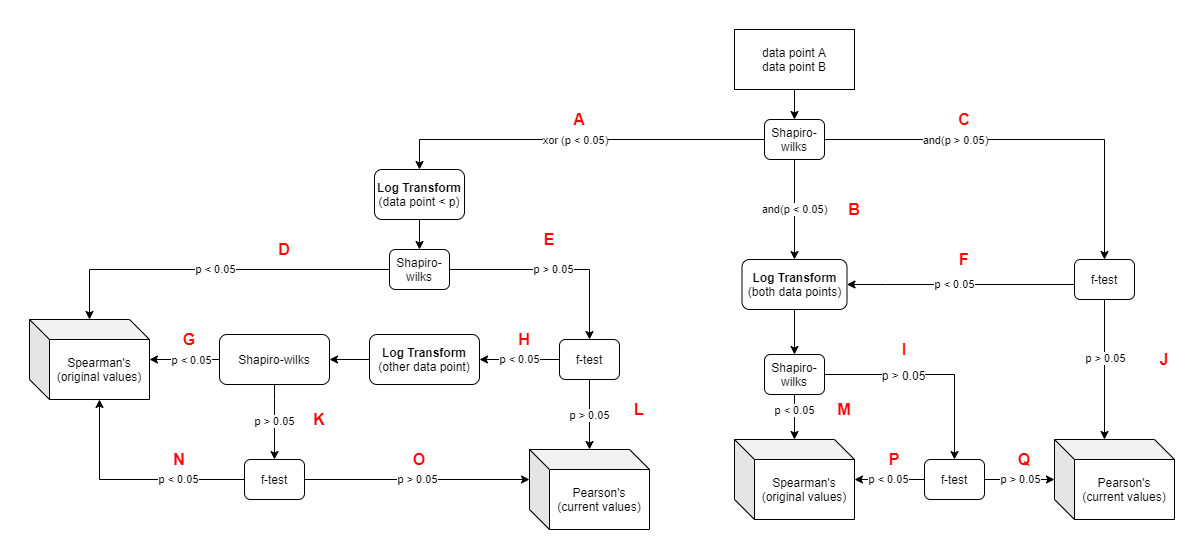
This is Test_Flow.png from JerrinWiley/Spearmans_Pearsons_Decider, a draw.io export, as it was before one commit. Source tidied: cells renumbered, new cells last; positions are measured from the earlier drawing's top-left corner, leaving out a move shared by most shapes. The source it was exported from:
```xml
<mxGraphModel>
  <root>
    <mxCell id="0" />
    <mxCell id="1" parent="0" />
    <mxCell id="2" style="edgeStyle=orthogonalEdgeStyle;rounded=0;jettySize=auto;html=1;entryX=0.5;entryY=0;entryDx=0;entryDy=0;" parent="1" edge="1" source="3" target="9">
      <mxGeometry relative="1" as="geometry" />
    </mxCell>
    <mxCell id="3" value="data point A&lt;br&gt;data point B" style="rounded=0;whiteSpace=wrap;html=1;" parent="1" vertex="1">
      <mxGeometry x="705" width="120" height="60" as="geometry" />
    </mxCell>
    <mxCell id="4" value="and(p &amp;lt; 0.05)" style="edgeStyle=orthogonalEdgeStyle;rounded=0;jettySize=auto;html=1;entryX=0.5;entryY=0;entryDx=0;entryDy=0;" parent="1" edge="1" source="9" target="28">
      <mxGeometry relative="1" as="geometry" />
    </mxCell>
    <mxCell id="5" style="edgeStyle=orthogonalEdgeStyle;rounded=0;jettySize=auto;html=1;entryX=0.5;entryY=0;entryDx=0;entryDy=0;" parent="1" edge="1" source="9" target="32">
      <mxGeometry relative="1" as="geometry" />
    </mxCell>
    <mxCell id="6" value="and(p &amp;gt; 0.05)" style="edgeLabel;html=1;align=center;verticalAlign=middle;" parent="5" vertex="1">
      <mxGeometry x="-0.55" y="2" relative="1" as="geometry">
        <mxPoint x="40" y="2" as="offset" />
      </mxGeometry>
    </mxCell>
    <mxCell id="7" style="edgeStyle=orthogonalEdgeStyle;rounded=0;jettySize=auto;html=1;" parent="1" edge="1" source="9" target="14">
      <mxGeometry relative="1" as="geometry" />
    </mxCell>
    <mxCell id="8" value="xor (p &amp;lt; 0.05)" style="edgeLabel;html=1;align=center;verticalAlign=middle;" parent="7" vertex="1">
      <mxGeometry x="0.01" relative="1" as="geometry" />
    </mxCell>
    <mxCell id="9" value="Shapiro-wilks" style="rounded=1;whiteSpace=wrap;html=1;" parent="1" vertex="1">
      <mxGeometry x="735" y="90" width="60" height="40" as="geometry" />
    </mxCell>
    <mxCell id="10" value="p &amp;lt; 0.05" style="edgeStyle=orthogonalEdgeStyle;rounded=0;jettySize=auto;html=1;" parent="1" edge="1" source="12" target="15">
      <mxGeometry relative="1" as="geometry" />
    </mxCell>
    <mxCell id="11" value="p &amp;gt; 0.05" style="edgeStyle=orthogonalEdgeStyle;rounded=0;jettySize=auto;html=1;" parent="1" edge="1" source="12" target="18">
      <mxGeometry relative="1" as="geometry" />
    </mxCell>
    <mxCell id="12" value="Shapiro-wilks" style="rounded=1;whiteSpace=wrap;html=1;" parent="1" vertex="1">
      <mxGeometry x="360" y="220" width="60" height="40" as="geometry" />
    </mxCell>
    <mxCell id="13" style="edgeStyle=orthogonalEdgeStyle;rounded=0;jettySize=auto;html=1;" parent="1" edge="1" source="14" target="12">
      <mxGeometry relative="1" as="geometry" />
    </mxCell>
    <mxCell id="14" value="&lt;b&gt;Log Transform&lt;br&gt;&lt;/b&gt;(data point &amp;lt; p)" style="rounded=1;whiteSpace=wrap;html=1;" parent="1" vertex="1">
      <mxGeometry x="345" y="140" width="90" height="50" as="geometry" />
    </mxCell>
    <mxCell id="15" value="Spearman's&lt;br&gt;(original values)" style="shape=cube;whiteSpace=wrap;html=1;boundedLbl=1;backgroundOutline=1;darkOpacity=0.05;darkOpacity2=0.1;" parent="1" vertex="1">
      <mxGeometry y="290" width="120" height="80" as="geometry" />
    </mxCell>
    <mxCell id="16" value="p &amp;gt; 0.05" style="edgeStyle=orthogonalEdgeStyle;rounded=0;jettySize=auto;html=1;" parent="1" edge="1" source="18" target="19">
      <mxGeometry relative="1" as="geometry" />
    </mxCell>
    <mxCell id="17" value="p &amp;lt; 0.05" style="edgeStyle=orthogonalEdgeStyle;rounded=0;jettySize=auto;html=1;entryX=1;entryY=0.5;entryDx=0;entryDy=0;" parent="1" edge="1" source="18" target="61">
      <mxGeometry relative="1" as="geometry" />
    </mxCell>
    <mxCell id="18" value="f-test" style="rounded=1;whiteSpace=wrap;html=1;" parent="1" vertex="1">
      <mxGeometry x="530" y="310" width="60" height="40" as="geometry" />
    </mxCell>
    <mxCell id="19" value="Pearson's&lt;br&gt;(current values)" style="shape=cube;whiteSpace=wrap;html=1;boundedLbl=1;backgroundOutline=1;darkOpacity=0.05;darkOpacity2=0.1;" parent="1" vertex="1">
      <mxGeometry x="500" y="420" width="120" height="80" as="geometry" />
    </mxCell>
    <mxCell id="20" value="p &amp;gt; 0.05" style="edgeStyle=orthogonalEdgeStyle;rounded=0;jettySize=auto;html=1;" parent="1" edge="1" source="23" target="26">
      <mxGeometry relative="1" as="geometry">
        <Array as="points">
          <mxPoint x="245" y="370" />
          <mxPoint x="245" y="370" />
        </Array>
      </mxGeometry>
    </mxCell>
    <mxCell id="21" style="edgeStyle=orthogonalEdgeStyle;rounded=0;jettySize=auto;html=1;" parent="1" edge="1" source="23" target="15">
      <mxGeometry relative="1" as="geometry" />
    </mxCell>
    <mxCell id="22" value="p &amp;lt; 0.05" style="edgeLabel;html=1;align=center;verticalAlign=middle;" parent="21" vertex="1">
      <mxGeometry x="-0.17" relative="1" as="geometry" />
    </mxCell>
    <mxCell id="23" value="Shapiro-wilks" style="rounded=1;whiteSpace=wrap;html=1;" parent="1" vertex="1">
      <mxGeometry x="190" y="305" width="110" height="50" as="geometry" />
    </mxCell>
    <mxCell id="24" value="p &amp;gt; 0.05" style="edgeStyle=orthogonalEdgeStyle;rounded=0;jettySize=auto;html=1;entryX=0;entryY=0;entryDx=0;entryDy=30;entryPerimeter=0;" parent="1" edge="1" source="26" target="19">
      <mxGeometry relative="1" as="geometry" />
    </mxCell>
    <mxCell id="25" value="p &amp;lt; 0.05" style="edgeStyle=orthogonalEdgeStyle;rounded=0;jettySize=auto;html=1;entryX=0;entryY=0;entryDx=70;entryDy=80;entryPerimeter=0;" parent="1" edge="1" source="26" target="15">
      <mxGeometry x="-0.42" relative="1" as="geometry" />
    </mxCell>
    <mxCell id="26" value="f-test" style="rounded=1;whiteSpace=wrap;html=1;" parent="1" vertex="1">
      <mxGeometry x="215" y="430" width="60" height="40" as="geometry" />
    </mxCell>
    <mxCell id="27" style="edgeStyle=orthogonalEdgeStyle;rounded=0;jettySize=auto;html=1;exitX=0.5;exitY=1;exitDx=0;exitDy=0;entryX=0.5;entryY=0;entryDx=0;entryDy=0;" parent="1" edge="1" source="28" target="38">
      <mxGeometry relative="1" as="geometry" />
    </mxCell>
    <mxCell id="28" value="&lt;b&gt;Log Transform&lt;br&gt;&lt;/b&gt;(both data points)" style="rounded=1;whiteSpace=wrap;html=1;" parent="1" vertex="1">
      <mxGeometry x="712.5" y="230" width="105" height="50" as="geometry" />
    </mxCell>
    <mxCell id="29" value="p &amp;lt; 0.05" style="edgeStyle=orthogonalEdgeStyle;rounded=0;jettySize=auto;html=1;entryX=1;entryY=0.5;entryDx=0;entryDy=0;" parent="1" edge="1" source="32" target="28">
      <mxGeometry x="0.05" relative="1" as="geometry">
        <Array as="points">
          <mxPoint x="856" y="255" />
          <mxPoint x="856" y="255" />
        </Array>
      </mxGeometry>
    </mxCell>
    <mxCell id="30" style="edgeStyle=orthogonalEdgeStyle;rounded=0;jettySize=auto;html=1;entryX=0;entryY=0;entryDx=50;entryDy=0;entryPerimeter=0;" parent="1" edge="1" source="32" target="33">
      <mxGeometry relative="1" as="geometry" />
    </mxCell>
    <mxCell id="31" value="p &amp;gt; 0.05" style="edgeLabel;html=1;align=center;verticalAlign=middle;" parent="30" vertex="1">
      <mxGeometry x="-0.17" y="5" relative="1" as="geometry">
        <mxPoint x="-5" as="offset" />
      </mxGeometry>
    </mxCell>
    <mxCell id="32" value="f-test" style="rounded=1;whiteSpace=wrap;html=1;" parent="1" vertex="1">
      <mxGeometry x="1045" y="230" width="60" height="40" as="geometry" />
    </mxCell>
    <mxCell id="33" value="Pearson's&lt;br&gt;(current values)" style="shape=cube;whiteSpace=wrap;html=1;boundedLbl=1;backgroundOutline=1;darkOpacity=0.05;darkOpacity2=0.1;" parent="1" vertex="1">
      <mxGeometry x="1025" y="410" width="120" height="80" as="geometry" />
    </mxCell>
    <mxCell id="34" style="edgeStyle=orthogonalEdgeStyle;rounded=0;jettySize=auto;html=1;" parent="1" edge="1" source="38" target="39">
      <mxGeometry relative="1" as="geometry" />
    </mxCell>
    <mxCell id="35" value="p &amp;lt; 0.05" style="edgeLabel;html=1;align=center;verticalAlign=middle;" parent="34" vertex="1">
      <mxGeometry x="-0.28" y="-1" relative="1" as="geometry" />
    </mxCell>
    <mxCell id="36" style="edgeStyle=orthogonalEdgeStyle;rounded=0;jettySize=auto;html=1;exitX=1;exitY=0.5;exitDx=0;exitDy=0;fontSize=16;fontColor=#FF0000;" parent="1" edge="1" source="38" target="42">
      <mxGeometry relative="1" as="geometry" />
    </mxCell>
    <mxCell id="37" value="&lt;font style=&quot;font-size: 12px&quot; color=&quot;#000000&quot;&gt;p &amp;gt; 0.05&lt;/font&gt;" style="edgeLabel;html=1;align=center;verticalAlign=middle;fontSize=16;fontColor=#FF0000;" parent="36" vertex="1">
      <mxGeometry x="-0.27" y="1" relative="1" as="geometry" />
    </mxCell>
    <mxCell id="38" value="Shapiro-wilks" style="rounded=1;whiteSpace=wrap;html=1;" parent="1" vertex="1">
      <mxGeometry x="735" y="325" width="60" height="40" as="geometry" />
    </mxCell>
    <mxCell id="39" value="Spearman's&lt;br&gt;(original values)" style="shape=cube;whiteSpace=wrap;html=1;boundedLbl=1;backgroundOutline=1;darkOpacity=0.05;darkOpacity2=0.1;" parent="1" vertex="1">
      <mxGeometry x="705" y="410" width="120" height="80" as="geometry" />
    </mxCell>
    <mxCell id="40" value="p &amp;lt; 0.05" style="edgeStyle=orthogonalEdgeStyle;rounded=0;jettySize=auto;html=1;" parent="1" edge="1" source="42" target="39">
      <mxGeometry relative="1" as="geometry" />
    </mxCell>
    <mxCell id="41" value="p &amp;gt; 0.05" style="edgeStyle=orthogonalEdgeStyle;rounded=0;jettySize=auto;html=1;" parent="1" edge="1" source="42" target="33">
      <mxGeometry relative="1" as="geometry">
        <Array as="points">
          <mxPoint x="985" y="450" />
          <mxPoint x="985" y="450" />
        </Array>
      </mxGeometry>
    </mxCell>
    <mxCell id="42" value="f-test" style="rounded=1;whiteSpace=wrap;html=1;" parent="1" vertex="1">
      <mxGeometry x="895" y="430" width="60" height="40" as="geometry" />
    </mxCell>
    <mxCell id="43" value="A" style="text;html=1;strokeColor=none;fillColor=none;align=center;verticalAlign=middle;whiteSpace=wrap;rounded=0;fontStyle=1;fontColor=#FF0000;fontSize=16;" parent="1" vertex="1">
      <mxGeometry x="530" y="80" width="40" height="20" as="geometry" />
    </mxCell>
    <mxCell id="44" value="B" style="text;html=1;strokeColor=none;fillColor=none;align=center;verticalAlign=middle;whiteSpace=wrap;rounded=0;fontStyle=1;fontColor=#FF0000;fontSize=16;" parent="1" vertex="1">
      <mxGeometry x="805" y="170" width="40" height="20" as="geometry" />
    </mxCell>
    <mxCell id="45" value="C" style="text;html=1;strokeColor=none;fillColor=none;align=center;verticalAlign=middle;whiteSpace=wrap;rounded=0;fontStyle=1;fontColor=#FF0000;fontSize=16;" parent="1" vertex="1">
      <mxGeometry x="915" y="80" width="40" height="20" as="geometry" />
    </mxCell>
    <mxCell id="46" value="D" style="text;html=1;strokeColor=none;fillColor=none;align=center;verticalAlign=middle;whiteSpace=wrap;rounded=0;fontStyle=1;fontColor=#FF0000;fontSize=16;" parent="1" vertex="1">
      <mxGeometry x="235" y="210" width="40" height="20" as="geometry" />
    </mxCell>
    <mxCell id="47" value="E" style="text;html=1;strokeColor=none;fillColor=none;align=center;verticalAlign=middle;whiteSpace=wrap;rounded=0;fontStyle=1;fontColor=#FF0000;fontSize=16;" parent="1" vertex="1">
      <mxGeometry x="500" y="200" width="40" height="20" as="geometry" />
    </mxCell>
    <mxCell id="48" value="F" style="text;html=1;strokeColor=none;fillColor=none;align=center;verticalAlign=middle;whiteSpace=wrap;rounded=0;fontStyle=1;fontColor=#FF0000;fontSize=16;" parent="1" vertex="1">
      <mxGeometry x="915" y="220" width="40" height="20" as="geometry" />
    </mxCell>
    <mxCell id="49" value="G" style="text;html=1;strokeColor=none;fillColor=none;align=center;verticalAlign=middle;whiteSpace=wrap;rounded=0;fontStyle=1;fontColor=#FF0000;fontSize=16;" parent="1" vertex="1">
      <mxGeometry x="140" y="300" width="40" height="20" as="geometry" />
    </mxCell>
    <mxCell id="50" value="H" style="text;html=1;strokeColor=none;fillColor=none;align=center;verticalAlign=middle;whiteSpace=wrap;rounded=0;fontStyle=1;fontColor=#FF0000;fontSize=16;" parent="1" vertex="1">
      <mxGeometry x="475" y="300" width="40" height="20" as="geometry" />
    </mxCell>
    <mxCell id="51" value="I" style="text;html=1;strokeColor=none;fillColor=none;align=center;verticalAlign=middle;whiteSpace=wrap;rounded=0;fontStyle=1;fontColor=#FF0000;fontSize=16;" parent="1" vertex="1">
      <mxGeometry x="855" y="310" width="40" height="20" as="geometry" />
    </mxCell>
    <mxCell id="52" value="J" style="text;html=1;strokeColor=none;fillColor=none;align=center;verticalAlign=middle;whiteSpace=wrap;rounded=0;fontStyle=1;fontColor=#FF0000;fontSize=16;" parent="1" vertex="1">
      <mxGeometry x="1115" y="320" width="40" height="20" as="geometry" />
    </mxCell>
    <mxCell id="53" value="K" style="text;html=1;strokeColor=none;fillColor=none;align=center;verticalAlign=middle;whiteSpace=wrap;rounded=0;fontStyle=1;fontColor=#FF0000;fontSize=16;" parent="1" vertex="1">
      <mxGeometry x="270" y="380" width="40" height="20" as="geometry" />
    </mxCell>
    <mxCell id="54" value="L" style="text;html=1;strokeColor=none;fillColor=none;align=center;verticalAlign=middle;whiteSpace=wrap;rounded=0;fontStyle=1;fontColor=#FF0000;fontSize=16;" parent="1" vertex="1">
      <mxGeometry x="590" y="370" width="40" height="20" as="geometry" />
    </mxCell>
    <mxCell id="55" value="M" style="text;html=1;strokeColor=none;fillColor=none;align=center;verticalAlign=middle;whiteSpace=wrap;rounded=0;fontStyle=1;fontColor=#FF0000;fontSize=16;" parent="1" vertex="1">
      <mxGeometry x="795" y="370" width="40" height="20" as="geometry" />
    </mxCell>
    <mxCell id="56" value="N" style="text;html=1;strokeColor=none;fillColor=none;align=center;verticalAlign=middle;whiteSpace=wrap;rounded=0;fontStyle=1;fontColor=#FF0000;fontSize=16;" parent="1" vertex="1">
      <mxGeometry x="130" y="420" width="40" height="20" as="geometry" />
    </mxCell>
    <mxCell id="57" value="O" style="text;html=1;strokeColor=none;fillColor=none;align=center;verticalAlign=middle;whiteSpace=wrap;rounded=0;fontStyle=1;fontColor=#FF0000;fontSize=16;" parent="1" vertex="1">
      <mxGeometry x="370" y="420" width="40" height="20" as="geometry" />
    </mxCell>
    <mxCell id="58" value="P" style="text;html=1;strokeColor=none;fillColor=none;align=center;verticalAlign=middle;whiteSpace=wrap;rounded=0;fontStyle=1;fontColor=#FF0000;fontSize=16;" parent="1" vertex="1">
      <mxGeometry x="845" y="420" width="40" height="20" as="geometry" />
    </mxCell>
    <mxCell id="59" value="Q" style="text;html=1;strokeColor=none;fillColor=none;align=center;verticalAlign=middle;whiteSpace=wrap;rounded=0;fontStyle=1;fontColor=#FF0000;fontSize=16;" parent="1" vertex="1">
      <mxGeometry x="975" y="420" width="40" height="20" as="geometry" />
    </mxCell>
    <mxCell id="60" style="edgeStyle=orthogonalEdgeStyle;rounded=0;jettySize=auto;html=1;entryX=1;entryY=0.5;entryDx=0;entryDy=0;" parent="1" edge="1" source="61" target="23">
      <mxGeometry relative="1" as="geometry" />
    </mxCell>
    <mxCell id="61" value="&lt;b&gt;Log Transform&lt;br&gt;&lt;/b&gt;(other data point)" style="rounded=1;whiteSpace=wrap;html=1;" parent="1" vertex="1">
      <mxGeometry x="340" y="305" width="110" height="50" as="geometry" />
    </mxCell>
  </root>
</mxGraphModel>
```
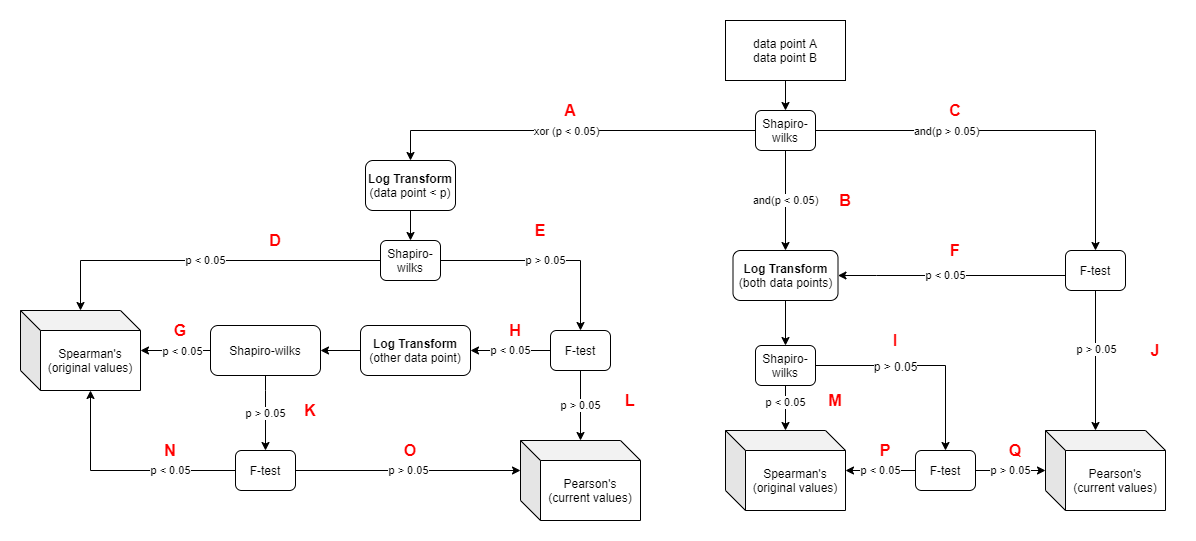
After the change.

Change to the diagram source:
```diff
@@ -52,7 +52,7 @@
     <mxCell id="17" value="p &amp;lt; 0.05" style="edgeStyle=orthogonalEdgeStyle;rounded=0;jettySize=auto;html=1;entryX=1;entryY=0.5;entryDx=0;entryDy=0;" parent="1" edge="1" source="18" target="61">
       <mxGeometry relative="1" as="geometry" />
     </mxCell>
-    <mxCell id="18" value="f-test" style="rounded=1;whiteSpace=wrap;html=1;" parent="1" vertex="1">
+    <mxCell id="18" value="F-test" style="rounded=1;whiteSpace=wrap;html=1;" parent="1" vertex="1">
       <mxGeometry x="530" y="310" width="60" height="40" as="geometry" />
     </mxCell>
     <mxCell id="19" value="Pearson's&lt;br&gt;(current values)" style="shape=cube;whiteSpace=wrap;html=1;boundedLbl=1;backgroundOutline=1;darkOpacity=0.05;darkOpacity2=0.1;" parent="1" vertex="1">
@@ -81,7 +81,7 @@
     <mxCell id="25" value="p &amp;lt; 0.05" style="edgeStyle=orthogonalEdgeStyle;rounded=0;jettySize=auto;html=1;entryX=0;entryY=0;entryDx=70;entryDy=80;entryPerimeter=0;" parent="1" edge="1" source="26" target="15">
       <mxGeometry x="-0.42" relative="1" as="geometry" />
     </mxCell>
-    <mxCell id="26" value="f-test" style="rounded=1;whiteSpace=wrap;html=1;" parent="1" vertex="1">
+    <mxCell id="26" value="F-test" style="rounded=1;whiteSpace=wrap;html=1;" parent="1" vertex="1">
       <mxGeometry x="215" y="430" width="60" height="40" as="geometry" />
     </mxCell>
     <mxCell id="27" style="edgeStyle=orthogonalEdgeStyle;rounded=0;jettySize=auto;html=1;exitX=0.5;exitY=1;exitDx=0;exitDy=0;entryX=0.5;entryY=0;entryDx=0;entryDy=0;" parent="1" edge="1" source="28" target="38">
@@ -106,7 +106,7 @@
         <mxPoint x="-5" as="offset" />
       </mxGeometry>
     </mxCell>
-    <mxCell id="32" value="f-test" style="rounded=1;whiteSpace=wrap;html=1;" parent="1" vertex="1">
+    <mxCell id="32" value="F-test" style="rounded=1;whiteSpace=wrap;html=1;" parent="1" vertex="1">
       <mxGeometry x="1045" y="230" width="60" height="40" as="geometry" />
     </mxCell>
     <mxCell id="33" value="Pearson's&lt;br&gt;(current values)" style="shape=cube;whiteSpace=wrap;html=1;boundedLbl=1;backgroundOutline=1;darkOpacity=0.05;darkOpacity2=0.1;" parent="1" vertex="1">
@@ -141,7 +141,7 @@
         </Array>
       </mxGeometry>
     </mxCell>
-    <mxCell id="42" value="f-test" style="rounded=1;whiteSpace=wrap;html=1;" parent="1" vertex="1">
+    <mxCell id="42" value="F-test" style="rounded=1;whiteSpace=wrap;html=1;" parent="1" vertex="1">
       <mxGeometry x="895" y="430" width="60" height="40" as="geometry" />
     </mxCell>
     <mxCell id="43" value="A" style="text;html=1;strokeColor=none;fillColor=none;align=center;verticalAlign=middle;whiteSpace=wrap;rounded=0;fontStyle=1;fontColor=#FF0000;fontSize=16;" parent="1" vertex="1">
```
